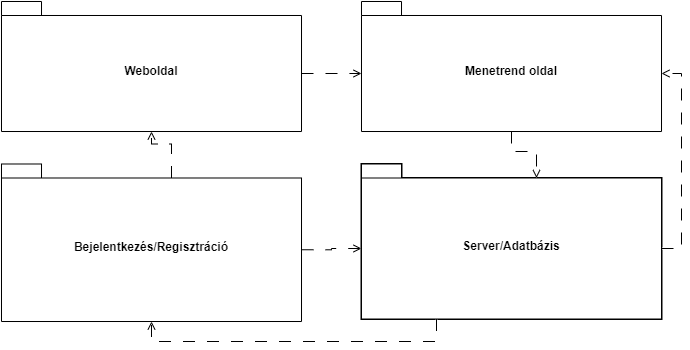
makoadampeter/vonatprojekt keeps this draw.io diagram as Package_diagram.png. Above is the earlier version. Source tidied: cells renumbered, new cells last; positions are measured from the earlier drawing's top-left corner, leaving out a move shared by most shapes.
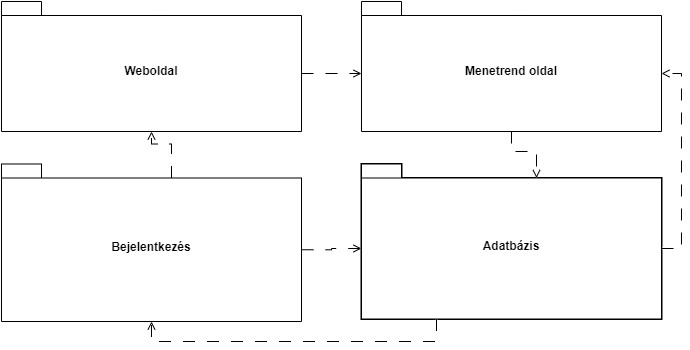
After the commit.

The edit, as a diff of the source:
```diff
@@ -38,10 +38,10 @@
     <mxCell id="13" value="Menetrend oldal" style="shape=folder;fontStyle=1;spacingTop=10;tabWidth=40;tabHeight=14;tabPosition=left;html=1;whiteSpace=wrap;" parent="1" vertex="1">
       <mxGeometry x="360" width="300" height="130" as="geometry" />
     </mxCell>
-    <mxCell id="14" value="Bejelentkezés/Regisztráció" style="shape=folder;fontStyle=1;spacingTop=10;tabWidth=40;tabHeight=14;tabPosition=left;html=1;whiteSpace=wrap;" parent="1" vertex="1">
+    <mxCell id="14" value="Bejelentkezés" style="shape=folder;fontStyle=1;spacingTop=10;tabWidth=40;tabHeight=14;tabPosition=left;html=1;whiteSpace=wrap;" parent="1" vertex="1">
       <mxGeometry y="162.5" width="300" height="157.5" as="geometry" />
     </mxCell>
-    <mxCell id="15" value="Server/Adatbázis" style="shape=folder;fontStyle=1;spacingTop=10;tabWidth=40;tabHeight=14;tabPosition=left;html=1;whiteSpace=wrap;" parent="1" vertex="1">
+    <mxCell id="15" value="Adatbázis" style="shape=folder;fontStyle=1;spacingTop=10;tabWidth=40;tabHeight=14;tabPosition=left;html=1;whiteSpace=wrap;" parent="1" vertex="1">
       <mxGeometry x="360" y="162.5" width="300" height="155" as="geometry" />
     </mxCell>
     <mxCell id="16" style="edgeStyle=orthogonalEdgeStyle;rounded=0;jettySize=auto;html=1;exitX=0.5;exitY=1;exitDx=0;exitDy=0;exitPerimeter=0;entryX=0;entryY=0;entryDx=175;entryDy=14;entryPerimeter=0;endArrow=open;endFill=0;dashed=1;dashPattern=12 12;strokeColor=#000000;" parent="1" edge="1" source="13" target="15">
```
